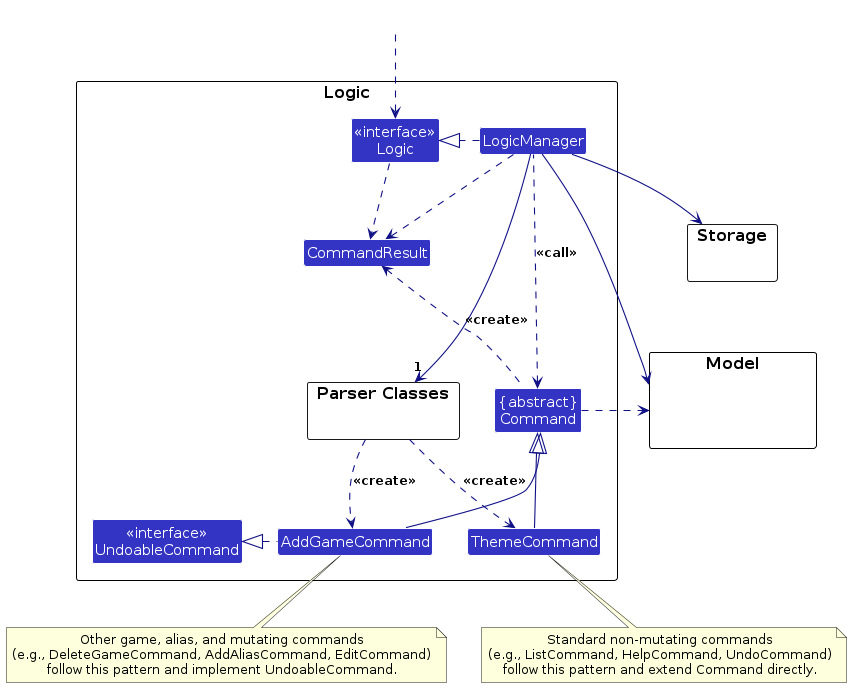
Above: diagrams/LogicClassDiagram.png in AY2526S2-CS2103T-W09-1/tp (PlantUML), before the change. Its source is kept beside it as diagrams/LogicClassDiagram.puml. Source of this version:
```plantuml
@startuml
!include style.puml
skinparam arrowThickness 1.1
skinparam arrowColor LOGIC_COLOR_T4
skinparam classBackgroundColor LOGIC_COLOR

package Logic as LogicPackage {

package "Parser Classes" as ParserClasses {
}

Class CommandResult
Class "{abstract}\nCommand" as Command
Class "<<interface>>\nUndoableCommand" as UndoableCommand

Class AddGameCommand
Class ThemeCommand

Class "<<interface>>\nLogic" as Logic
Class LogicManager
}

package Model {
Class HiddenModel #FFFFFF
}

package Storage {
}

Class HiddenOutside #FFFFFF
HiddenOutside ..> Logic

LogicManager .right.|> Logic
LogicManager -right->"1" ParserClasses

ParserClasses ..> AddGameCommand : <<create>>
ParserClasses ..> ThemeCommand : <<create>>


AddGameCommand -up-|> Command
ThemeCommand -up-|> Command

AddGameCommand .left.|> UndoableCommand

note bottom of AddGameCommand
  Other game, alias, and mutating commands
  (e.g., DeleteGameCommand, AddAliasCommand, EditCommand)
  follow this pattern and implement UndoableCommand.
end note

note bottom of ThemeCommand
  Standard non-mutating commands
  (e.g., ListCommand, HelpCommand, UndoCommand)
  follow this pattern and extend Command directly.
end note

LogicManager .left.> Command : <<call>>

LogicManager --> Model
LogicManager --> Storage
Storage --[hidden] Model
Command .right.> Model

Logic ..> CommandResult
LogicManager .down.> CommandResult
Command .up.> CommandResult : <<create>>
@enduml
```
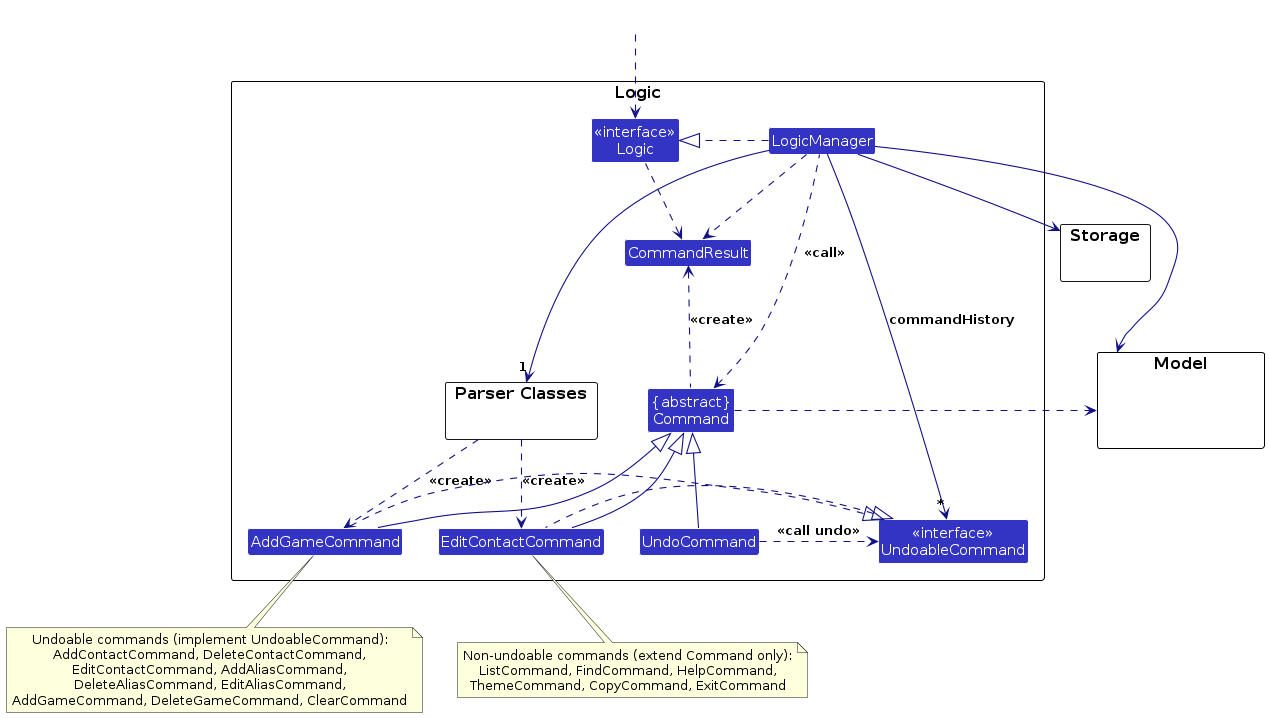
After the change.

The edit, as a diff of the source:
```diff
@@ -10,13 +10,19 @@
 }
 
 Class CommandResult
+
 Class "{abstract}\nCommand" as Command
+
 Class "<<interface>>\nUndoableCommand" as UndoableCommand
 
+Class UndoCommand
+
 Class AddGameCommand
-Class ThemeCommand
+
+Class EditContactCommand
 
 Class "<<interface>>\nLogic" as Logic
+
 Class LogicManager
 }
 
@@ -31,27 +37,36 @@
 HiddenOutside ..> Logic
 
 LogicManager .right.|> Logic
+
 LogicManager -right->"1" ParserClasses
 
+LogicManager ->"*" UndoableCommand : commandHistory
+
 ParserClasses ..> AddGameCommand : <<create>>
-ParserClasses ..> ThemeCommand : <<create>>
-
+ParserClasses ..> EditContactCommand : <<create>>
 
 AddGameCommand -up-|> Command
-ThemeCommand -up-|> Command
+EditContactCommand -up-|> Command
 
 AddGameCommand .left.|> UndoableCommand
+EditContactCommand .left.|> UndoableCommand
+
+UndoCommand -up-|> Command
+
+UndoCommand .right.> UndoableCommand : <<call undo>>
 
 note bottom of AddGameCommand
-  Other game, alias, and mutating commands
-  (e.g., DeleteGameCommand, AddAliasCommand, EditCommand)
-  follow this pattern and implement UndoableCommand.
+  Undoable commands (implement UndoableCommand):
+  AddContactCommand, DeleteContactCommand,
+  EditContactCommand, AddAliasCommand,
+  DeleteAliasCommand, EditAliasCommand,
+  AddGameCommand, DeleteGameCommand, ClearCommand
 end note
 
-note bottom of ThemeCommand
-  Standard non-mutating commands
-  (e.g., ListCommand, HelpCommand, UndoCommand)
-  follow this pattern and extend Command directly.
+note bottom of EditContactCommand
+  Non-undoable commands (extend Command only):
+  ListCommand, FindCommand, HelpCommand,
+  ThemeCommand, CopyCommand, ExitCommand
 end note
 
 LogicManager .left.> Command : <<call>>
@@ -59,9 +74,11 @@
 LogicManager --> Model
 LogicManager --> Storage
 Storage --[hidden] Model
+
 Command .right.> Model
 
 Logic ..> CommandResult
 LogicManager .down.> CommandResult
+
 Command .up.> CommandResult : <<create>>
 @enduml
```
